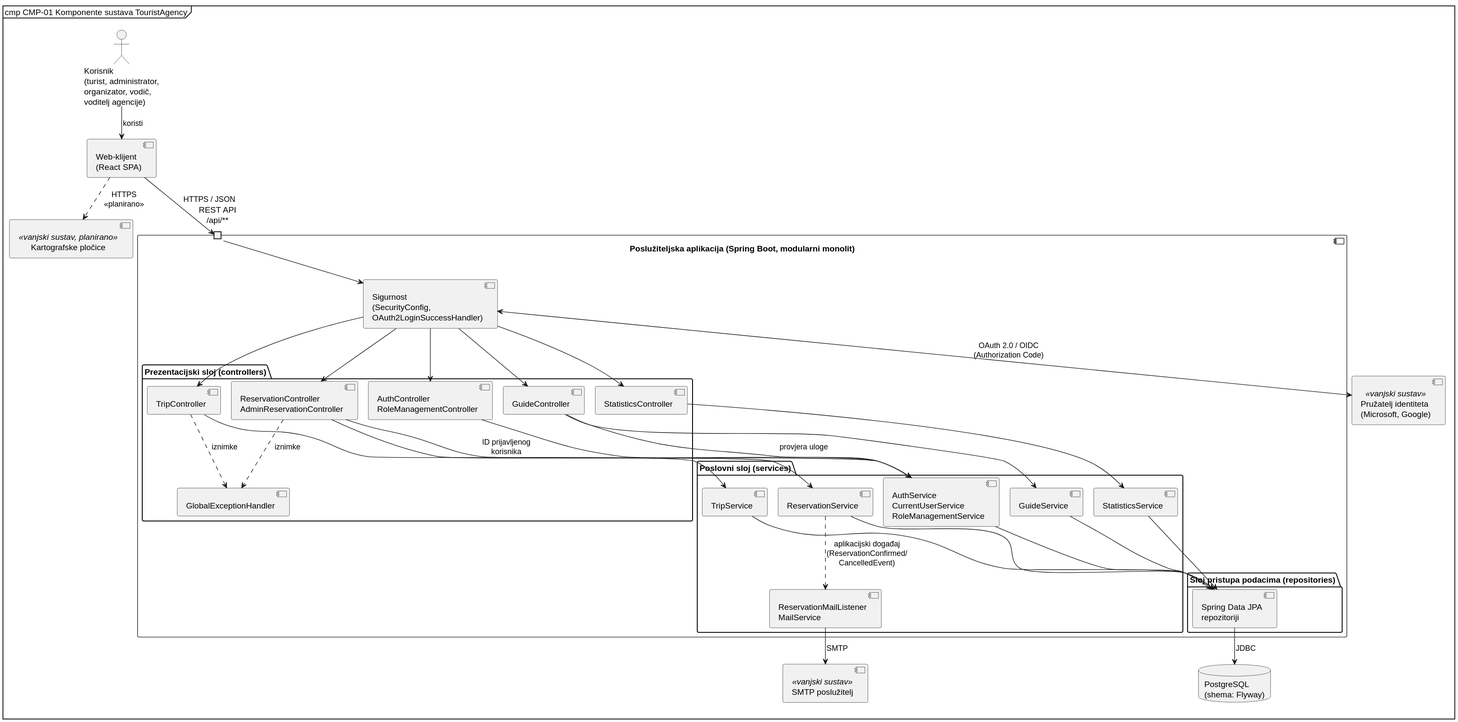
This is docs/assets/diagrams/4-1-touristagency-system-CMP.svg from MatijaKovacic12/ProgiProjekt-11.4, a PlantUML export, as it was before one commit. The source it was exported from:
```plantuml
@startuml
!pragma layout smetana
mainframe cmp CMP-01 Komponente sustava TouristAgency
skinparam shadowing false
skinparam componentStyle uml2
top to bottom direction

actor "Korisnik\n(turist, administrator,\norganizator, vodič,\nvoditelj agencije)" as User

component "Web-klijent\n(React SPA)" as Web

component "Poslužiteljska aplikacija (Spring Boot, modularni monolit)" as App {
  portin "REST API\n/api/**" as Api

  component "Sigurnost\n(SecurityConfig,\nOAuth2LoginSuccessHandler)" as Sec

  package "Prezentacijski sloj (controllers)" {
    component "TripController" as TripApi
    component "ReservationController\nAdminReservationController" as ResApi
    component "GuideController" as GuideApi
    component "AuthController\nRoleManagementController" as UserApi
    component "StatisticsController" as StatApi
    component "GlobalExceptionHandler" as Err
  }

  package "Poslovni sloj (services)" {
    component "TripService" as TripSvc
    component "ReservationService" as ResSvc
    component "GuideService" as GuideSvc
    component "AuthService\nCurrentUserService\nRoleManagementService" as UserSvc
    component "StatisticsService" as StatSvc
    component "ReservationMailListener\nMailService" as Mail
  }

  package "Sloj pristupa podacima (repositories)" {
    component "Spring Data JPA\nrepozitoriji" as Repo
  }
}

database "PostgreSQL\n(shema: Flyway)" as DB

component "Pružatelj identiteta\n(Microsoft, Google)" <<vanjski sustav>> as IdP
component "SMTP poslužitelj" <<vanjski sustav>> as SMTP
component "Kartografske pločice" <<vanjski sustav, planirano>> as Tiles

User --> Web : koristi
Web --> Api : HTTPS / JSON
Web ..> Tiles : HTTPS\n«planirano»

Api --> Sec
Sec <--> IdP : OAuth 2.0 / OIDC\n(Authorization Code)
Sec --> TripApi
Sec --> ResApi
Sec --> GuideApi
Sec --> UserApi
Sec --> StatApi

TripApi --> TripSvc
ResApi --> ResSvc
ResApi --> UserSvc : ID prijavljenog\nkorisnika
GuideApi --> GuideSvc
GuideApi --> UserSvc : provjera uloge
UserApi --> UserSvc
StatApi --> StatSvc

TripSvc --> Repo
ResSvc --> Repo
GuideSvc --> Repo
UserSvc --> Repo
StatSvc --> Repo

ResSvc ..> Mail : aplikacijski događaj\n(ReservationConfirmed/\nCancelledEvent)
Mail --> SMTP : SMTP

Repo --> DB : JDBC

TripApi ..> Err : iznimke
ResApi ..> Err : iznimke
@enduml
```
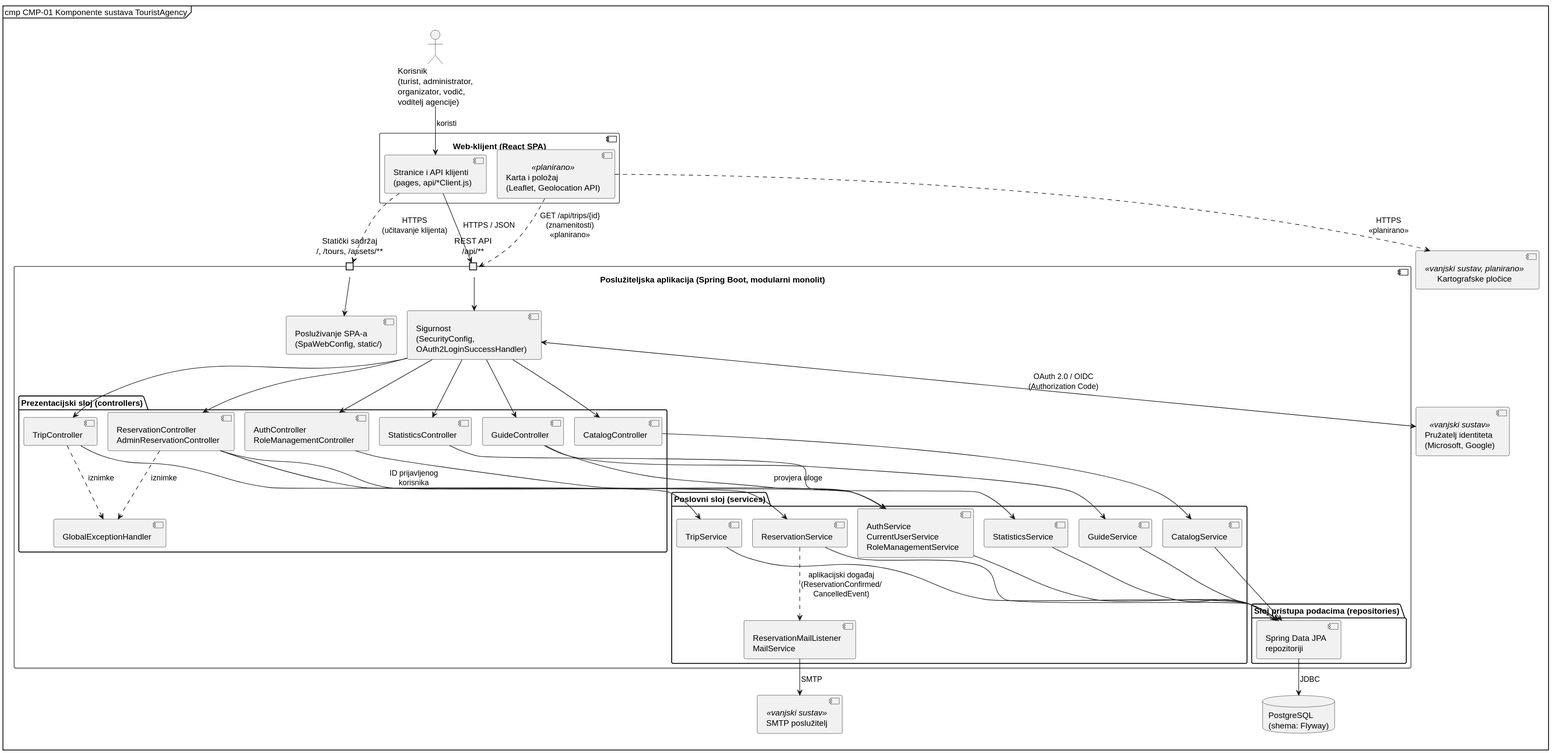
Later version of the same file.

Change to the diagram source:
```diff
@@ -7,12 +7,17 @@
 
 actor "Korisnik\n(turist, administrator,\norganizator, vodič,\nvoditelj agencije)" as User
 
-component "Web-klijent\n(React SPA)" as Web
+component "Web-klijent (React SPA)" as Web {
+  component "Stranice i API klijenti\n(pages, api/*Client.js)" as Pages
+  component "Karta i položaj\n(Leaflet, Geolocation API)" <<planirano>> as MapUi
+}
 
 component "Poslužiteljska aplikacija (Spring Boot, modularni monolit)" as App {
   portin "REST API\n/api/**" as Api
+  portin "Statički sadržaj\n/, /tours, /assets/**" as Static
 
   component "Sigurnost\n(SecurityConfig,\nOAuth2LoginSuccessHandler)" as Sec
+  component "Posluživanje SPA-a\n(SpaWebConfig, static/)" as Spa
 
   package "Prezentacijski sloj (controllers)" {
     component "TripController" as TripApi
@@ -20,6 +25,7 @@
     component "GuideController" as GuideApi
     component "AuthController\nRoleManagementController" as UserApi
     component "StatisticsController" as StatApi
+    component "CatalogController" as CatApi
     component "GlobalExceptionHandler" as Err
   }
 
@@ -29,6 +35,7 @@
     component "GuideService" as GuideSvc
     component "AuthService\nCurrentUserService\nRoleManagementService" as UserSvc
     component "StatisticsService" as StatSvc
+    component "CatalogService" as CatSvc
     component "ReservationMailListener\nMailService" as Mail
   }
 
@@ -43,9 +50,12 @@
 component "SMTP poslužitelj" <<vanjski sustav>> as SMTP
 component "Kartografske pločice" <<vanjski sustav, planirano>> as Tiles
 
-User --> Web : koristi
-Web --> Api : HTTPS / JSON
-Web ..> Tiles : HTTPS\n«planirano»
+User --> Pages : koristi
+Pages --> Api : HTTPS / JSON
+Pages ..> Static : HTTPS\n(učitavanje klijenta)
+Static --> Spa
+MapUi ..> Tiles : HTTPS\n«planirano»
+MapUi ..> Api : GET /api/trips/{id}\n(znamenitosti)\n«planirano»
 
 Api --> Sec
 Sec <--> IdP : OAuth 2.0 / OIDC\n(Authorization Code)
@@ -54,6 +64,7 @@
 Sec --> GuideApi
 Sec --> UserApi
 Sec --> StatApi
+Sec --> CatApi
 
 TripApi --> TripSvc
 ResApi --> ResSvc
@@ -62,12 +73,14 @@
 GuideApi --> UserSvc : provjera uloge
 UserApi --> UserSvc
 StatApi --> StatSvc
+CatApi --> CatSvc
 
 TripSvc --> Repo
 ResSvc --> Repo
 GuideSvc --> Repo
 UserSvc --> Repo
 StatSvc --> Repo
+CatSvc --> Repo
 
 ResSvc ..> Mail : aplikacijski događaj\n(ReservationConfirmed/\nCancelledEvent)
 Mail --> SMTP : SMTP
```
